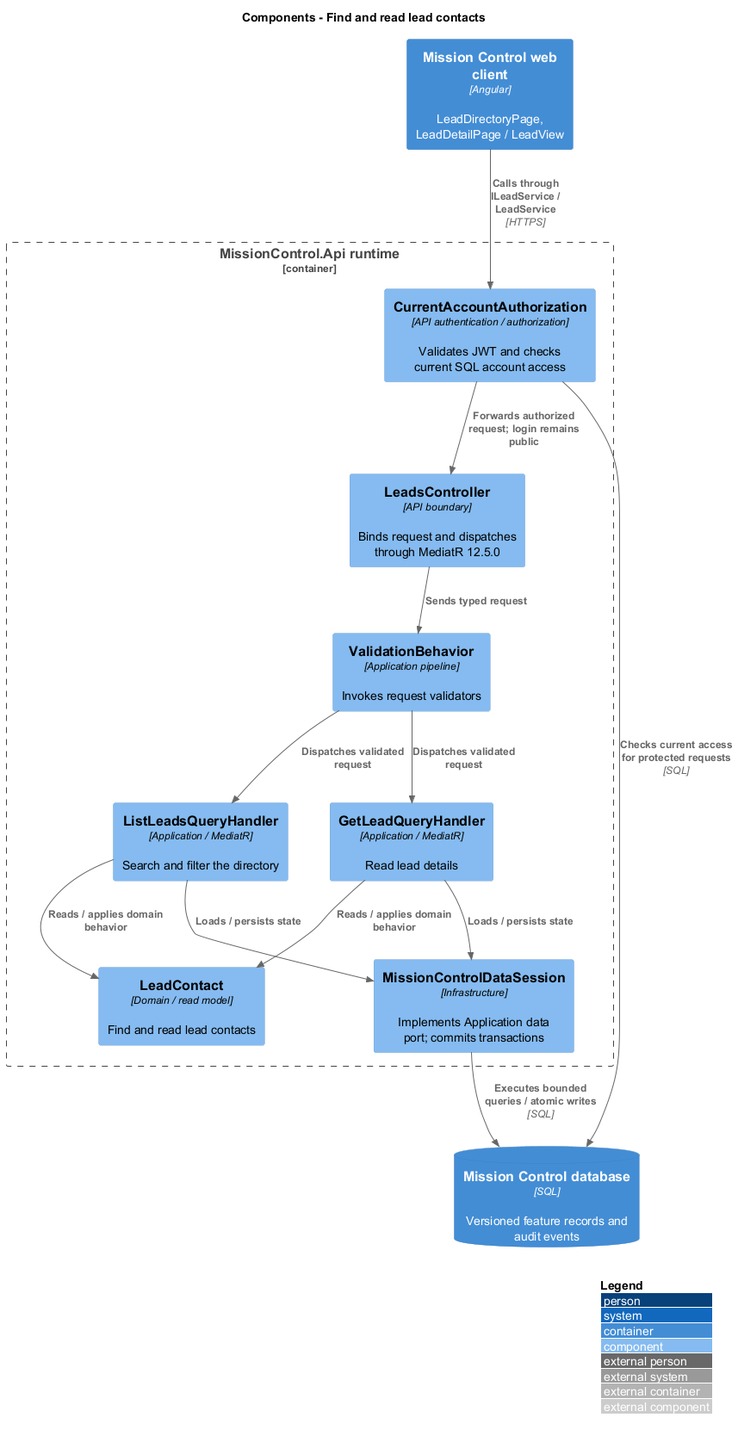
QuinntyneBrown/mission-control keeps this PlantUML diagram as docs/detailed-designs/leads/find-contacts/diagrams/c4-component.png. Above is the earlier version.
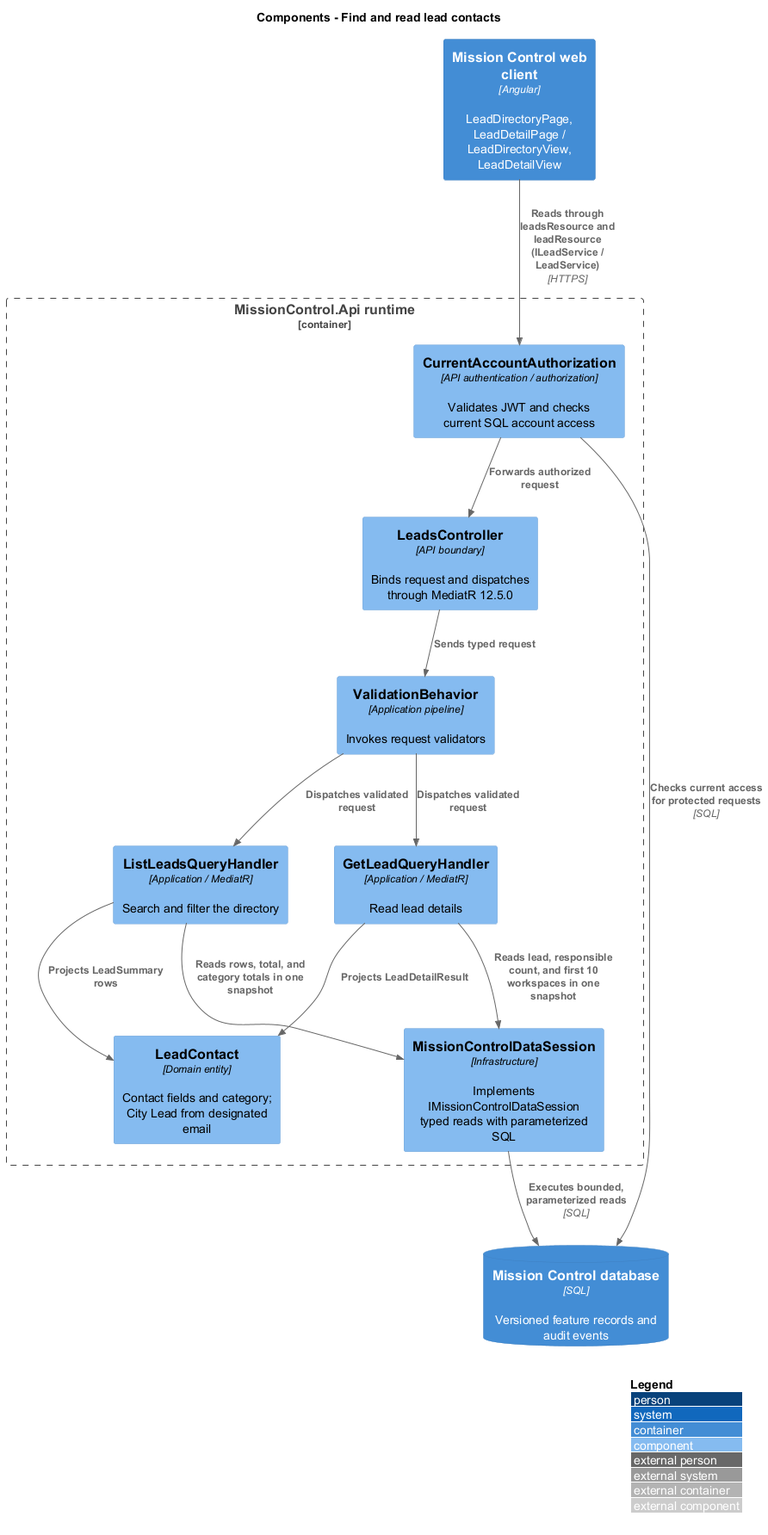
Later version of the same file.

What changed in the source:
```diff
@@ -2,26 +2,26 @@
 !include <C4/C4_Component>
 LAYOUT_WITH_LEGEND()
 title Components - Find and read lead contacts
-Container(web, "Mission Control web client", "Angular", "LeadDirectoryPage, LeadDetailPage / LeadView")
+Container(web, "Mission Control web client", "Angular", "LeadDirectoryPage, LeadDetailPage / LeadDirectoryView, LeadDetailView")
 ContainerDb(db, "Mission Control database", "SQL", "Versioned feature records and audit events")
 Container_Boundary(api, "MissionControl.Api runtime") {
   Component(ctrl, "LeadsController", "API boundary", "Binds request and dispatches through MediatR 12.5.0")
   Component(access, "CurrentAccountAuthorization", "API authentication / authorization", "Validates JWT and checks current SQL account access")
   Component(validation, "ValidationBehavior", "Application pipeline", "Invokes request validators")
-  Component(entity, "LeadContact", "Domain / read model", "Find and read lead contacts")
-  Component(store, "MissionControlDataSession", "Infrastructure", "Implements Application data port; commits transactions")
-Rel(web, access, "Calls through ILeadService / LeadService", "HTTPS")
+  Component(entity, "LeadContact", "Domain entity", "Contact fields and category; City Lead from designated email")
+  Component(store, "MissionControlDataSession", "Infrastructure", "Implements IMissionControlDataSession typed reads with parameterized SQL")
+Rel(web, access, "Reads through leadsResource and leadResource (ILeadService / LeadService)", "HTTPS")
 Rel(access, db, "Checks current access for protected requests", "SQL")
-Rel(access, ctrl, "Forwards authorized request; login remains public")
+Rel(access, ctrl, "Forwards authorized request")
 Rel(ctrl, validation, "Sends typed request")
 Component(h0, "ListLeadsQueryHandler", "Application / MediatR", "Search and filter the directory")
 Rel(validation, h0, "Dispatches validated request")
-Rel(h0, entity, "Reads / applies domain behavior")
-Rel(h0, store, "Loads / persists state")
+Rel(h0, entity, "Projects LeadSummary rows")
+Rel(h0, store, "Reads rows, total, and category totals in one snapshot")
 Component(h1, "GetLeadQueryHandler", "Application / MediatR", "Read lead details")
 Rel(validation, h1, "Dispatches validated request")
-Rel(h1, entity, "Reads / applies domain behavior")
-Rel(h1, store, "Loads / persists state")
+Rel(h1, entity, "Projects LeadDetailResult")
+Rel(h1, store, "Reads lead, responsible count, and first 10 workspaces in one snapshot")
 }
-Rel(store, db, "Executes bounded queries / atomic writes", "SQL")
+Rel(store, db, "Executes bounded, parameterized reads", "SQL")
 @enduml
```
